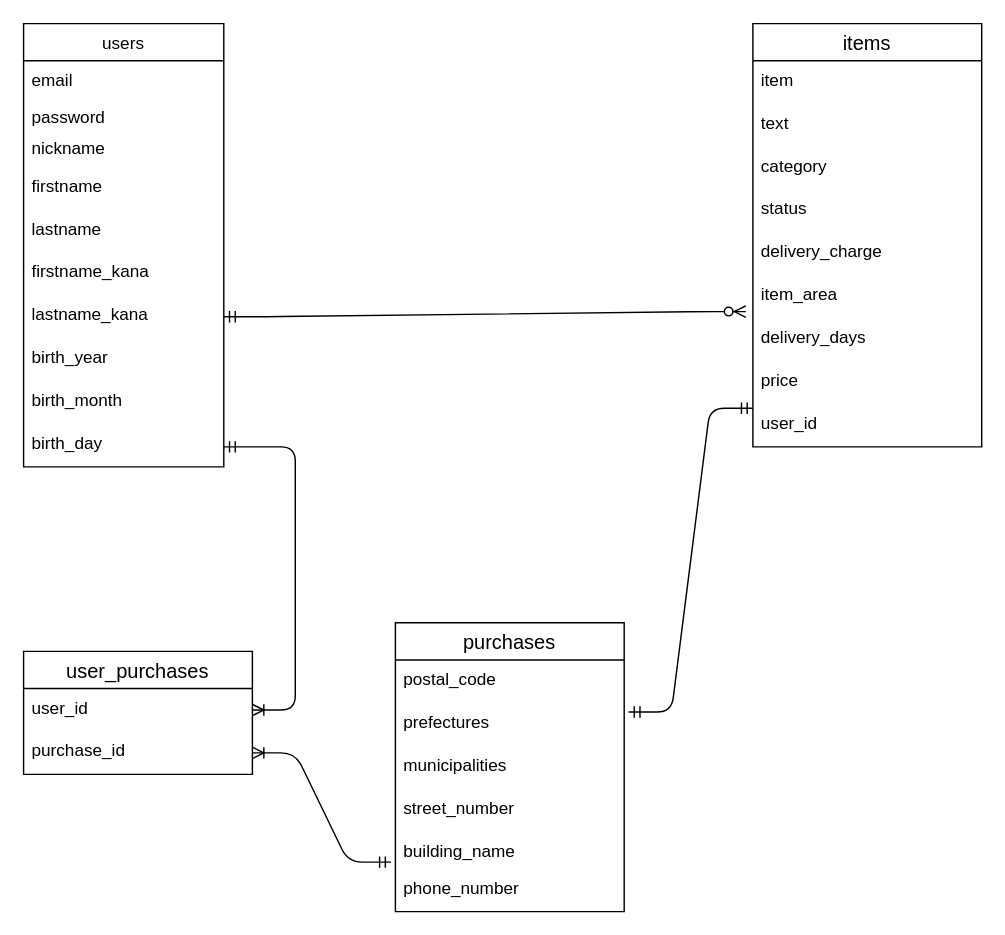
Above: furima.dio in kaz-taka-1/furima-35593 (draw.io), before the change. Source tidied: cells renumbered, new cells numbered last; positions are measured from the earlier drawing's top-left corner, leaving out a move shared by most shapes. Both pictures are drawn from the tidied source at 143%, with x=0, y=0 at pixel (23, 23).
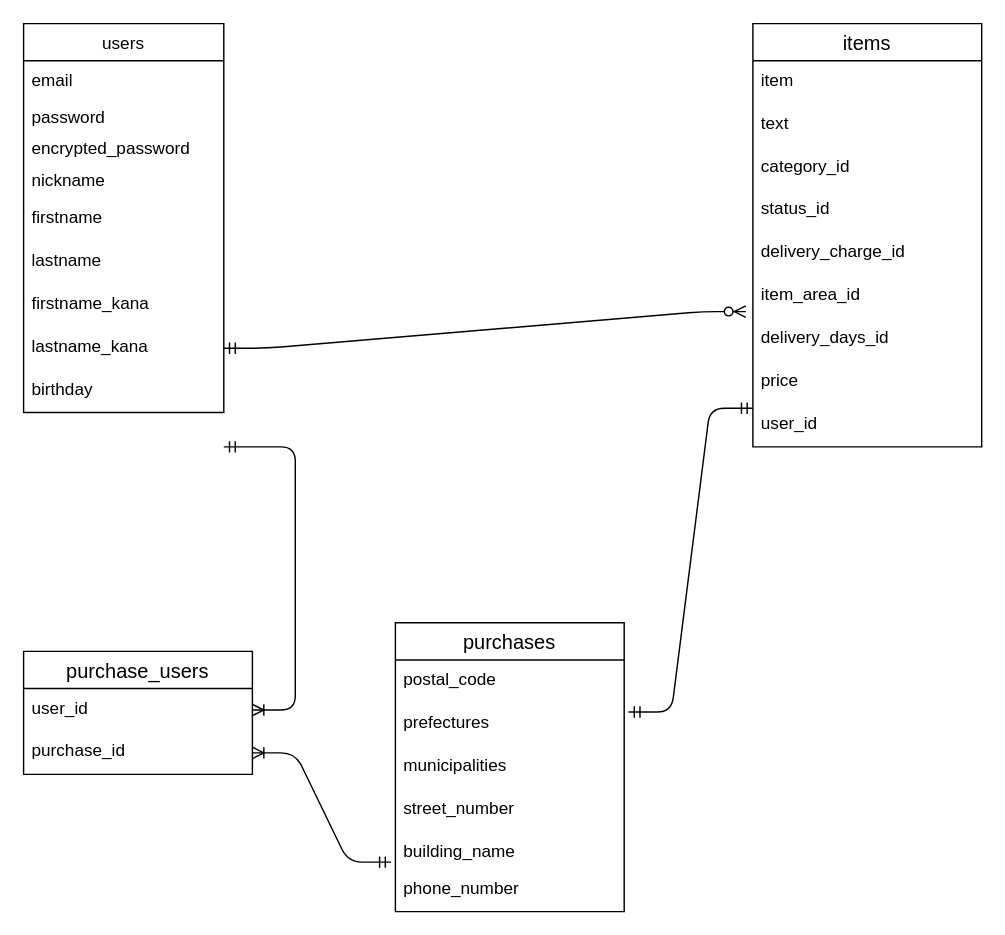
Above is the later version.

Unchanged cells that the change refers to:
```xml
<mxCell id="13" value="items" style="swimlane;fontStyle=0;horizontal=1;startSize=26;align=center;fontSize=14;" parent="1" vertex="1">
  <mxGeometry x="510" width="160" height="296" as="geometry" />
</mxCell>
```

Diff of the diagram source:
```diff
@@
     <mxCell id="2" value="users" style="swimlane;fontStyle=0;horizontal=1;startSize=26;fillColor=none;" parent="1" vertex="1">
-      <mxGeometry width="140" height="310" as="geometry" />
+      <mxGeometry width="140" height="272" as="geometry" />
     </mxCell>
@@
+    <mxCell id="37" value="encrypted_password" style="text;strokeColor=none;fillColor=none;align=left;verticalAlign=top;spacingLeft=4;spacingRight=4;overflow=hidden;" parent="2" vertex="1">
+      <mxGeometry y="74" width="140" height="22" as="geometry" />
+    </mxCell>
     <mxCell id="5" value="nickname" style="text;strokeColor=none;fillColor=none;align=left;verticalAlign=top;spacingLeft=4;spacingRight=4;overflow=hidden;" parent="2" vertex="1">
-      <mxGeometry y="74" width="140" height="26" as="geometry" />
+      <mxGeometry y="96" width="140" height="26" as="geometry" />
     </mxCell>
     <mxCell id="6" value="firstname" style="text;strokeColor=none;fillColor=none;spacingLeft=4;spacingRight=4;overflow=hidden;fontSize=12;" parent="2" vertex="1">
-      <mxGeometry y="100" width="140" height="30" as="geometry" />
+      <mxGeometry y="122" width="140" height="30" as="geometry" />
     </mxCell>
     <mxCell id="7" value="lastname" style="text;strokeColor=none;fillColor=none;spacingLeft=4;spacingRight=4;overflow=hidden;fontSize=12;" parent="2" vertex="1">
-      <mxGeometry y="130" width="140" height="30" as="geometry" />
+      <mxGeometry y="152" width="140" height="30" as="geometry" />
     </mxCell>
     <mxCell id="8" value="firstname_kana" style="text;strokeColor=none;fillColor=none;spacingLeft=4;spacingRight=4;overflow=hidden;fontSize=12;" parent="2" vertex="1">
-      <mxGeometry y="160" width="140" height="30" as="geometry" />
+      <mxGeometry y="182" width="140" height="30" as="geometry" />
     </mxCell>
     <mxCell id="9" value="lastname_kana" style="text;strokeColor=none;fillColor=none;spacingLeft=4;spacingRight=4;overflow=hidden;points=[[0,0.5],[1,0.5]];portConstraint=eastwest;fontSize=12;" parent="2" vertex="1">
-      <mxGeometry y="190" width="140" height="30" as="geometry" />
+      <mxGeometry y="212" width="140" height="30" as="geometry" />
     </mxCell>
-    <mxCell id="10" value="birth_year" style="text;strokeColor=none;fillColor=none;spacingLeft=4;spacingRight=4;overflow=hidden;fontSize=12;" parent="2" vertex="1">
-      <mxGeometry y="220" width="140" height="30" as="geometry" />
-    </mxCell>
-    <mxCell id="11" value="birth_month" style="text;strokeColor=none;fillColor=none;spacingLeft=4;spacingRight=4;overflow=hidden;fontSize=12;" parent="2" vertex="1">
-      <mxGeometry y="250" width="140" height="30" as="geometry" />
-    </mxCell>
-    <mxCell id="12" value="birth_day" style="text;strokeColor=none;fillColor=none;spacingLeft=4;spacingRight=4;overflow=hidden;fontSize=12;" parent="2" vertex="1">
-      <mxGeometry y="280" width="140" height="30" as="geometry" />
+    <mxCell id="12" value="birthday" style="text;strokeColor=none;fillColor=none;spacingLeft=4;spacingRight=4;overflow=hidden;fontSize=12;" parent="2" vertex="1">
+      <mxGeometry y="242" width="140" height="30" as="geometry" />
     </mxCell>
@@
-    <mxCell id="16" value="category" style="text;strokeColor=none;fillColor=none;spacingLeft=4;spacingRight=4;overflow=hidden;fontSize=12;" parent="13" vertex="1">
+    <mxCell id="16" value="category_id" style="text;strokeColor=none;fillColor=none;spacingLeft=4;spacingRight=4;overflow=hidden;fontSize=12;" parent="13" vertex="1">
       <mxGeometry y="86" width="160" height="30" as="geometry" />
     </mxCell>
-    <mxCell id="17" value="status" style="text;strokeColor=none;fillColor=none;spacingLeft=4;spacingRight=4;overflow=hidden;fontSize=12;" parent="13" vertex="1">
+    <mxCell id="17" value="status_id" style="text;strokeColor=none;fillColor=none;spacingLeft=4;spacingRight=4;overflow=hidden;fontSize=12;" parent="13" vertex="1">
       <mxGeometry y="116" width="160" height="30" as="geometry" />
     </mxCell>
-    <mxCell id="18" value="delivery_charge" style="text;strokeColor=none;fillColor=none;spacingLeft=4;spacingRight=4;overflow=hidden;fontSize=12;" parent="13" vertex="1">
+    <mxCell id="18" value="delivery_charge_id" style="text;strokeColor=none;fillColor=none;spacingLeft=4;spacingRight=4;overflow=hidden;fontSize=12;" parent="13" vertex="1">
       <mxGeometry y="146" width="160" height="30" as="geometry" />
     </mxCell>
-    <mxCell id="19" value="item_area" style="text;strokeColor=none;fillColor=none;spacingLeft=4;spacingRight=4;overflow=hidden;fontSize=12;" parent="13" vertex="1">
+    <mxCell id="19" value="item_area_id" style="text;strokeColor=none;fillColor=none;spacingLeft=4;spacingRight=4;overflow=hidden;fontSize=12;" parent="13" vertex="1">
       <mxGeometry y="176" width="160" height="30" as="geometry" />
     </mxCell>
-    <mxCell id="20" value="delivery_days" style="text;strokeColor=none;fillColor=none;spacingLeft=4;spacingRight=4;overflow=hidden;points=[[0,0.5],[1,0.5]];portConstraint=eastwest;fontSize=12;" parent="13" vertex="1">
+    <mxCell id="20" value="delivery_days_id" style="text;strokeColor=none;fillColor=none;spacingLeft=4;spacingRight=4;overflow=hidden;points=[[0,0.5],[1,0.5]];portConstraint=eastwest;fontSize=12;" parent="13" vertex="1">
       <mxGeometry y="206" width="160" height="30" as="geometry" />
     </mxCell>
@@
-    <mxCell id="31" value="user_purchases" style="swimlane;fontStyle=0;horizontal=1;startSize=26;align=center;fontSize=14;" parent="1" vertex="1">
+    <mxCell id="31" value="purchase_users" style="swimlane;fontStyle=0;horizontal=1;startSize=26;align=center;fontSize=14;" parent="1" vertex="1">
       <mxGeometry y="439" width="160" height="86" as="geometry" />
     </mxCell>
```
